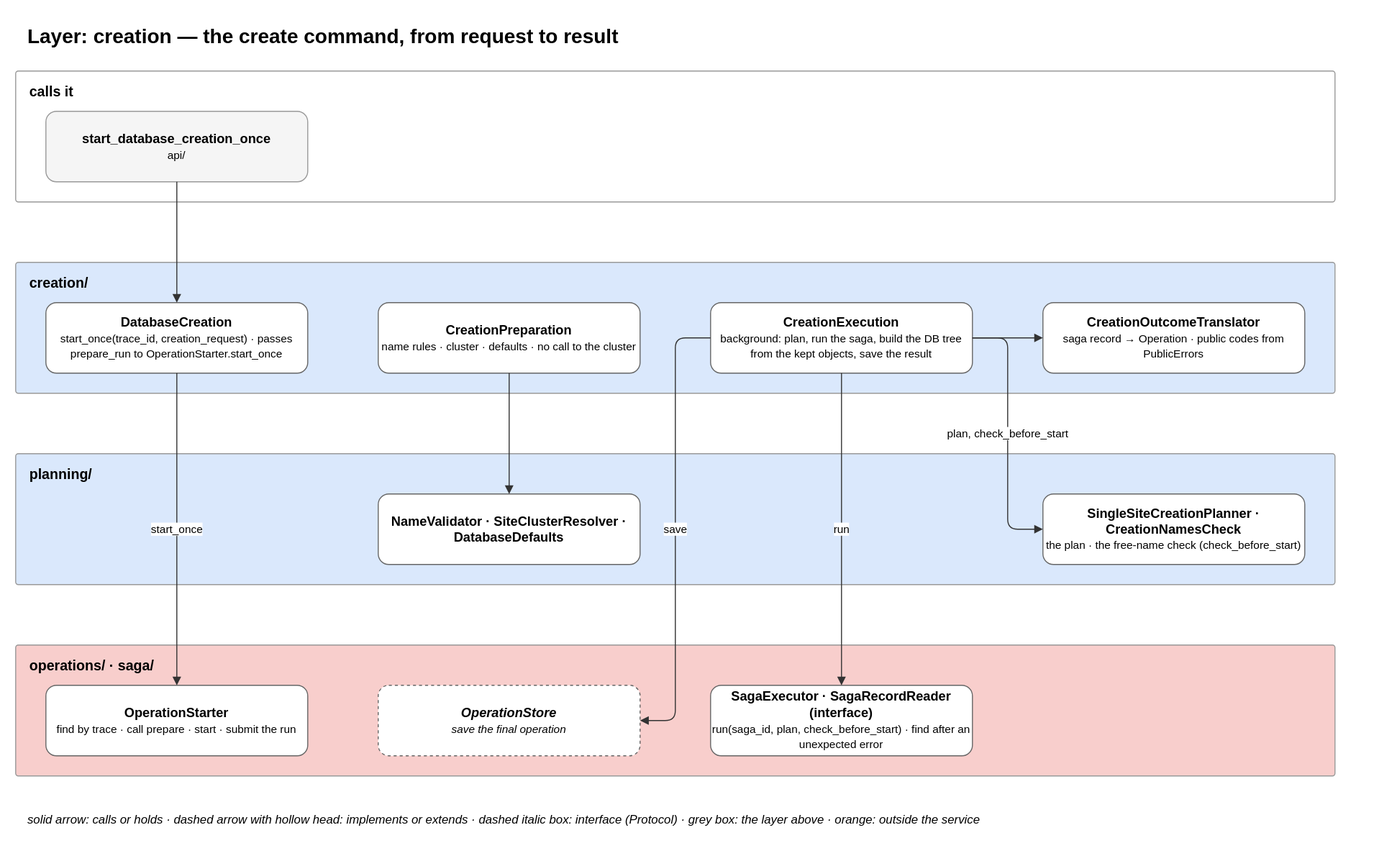
This is docs/diagrams/04-layer-creation.drawio.svg from EliShteinman/redis-enterprise-services, a draw.io export, as it was before one commit. Source tidied: cells renumbered, new cells last; positions are measured from the earlier drawing's top-left corner, leaving out a move shared by most shapes.
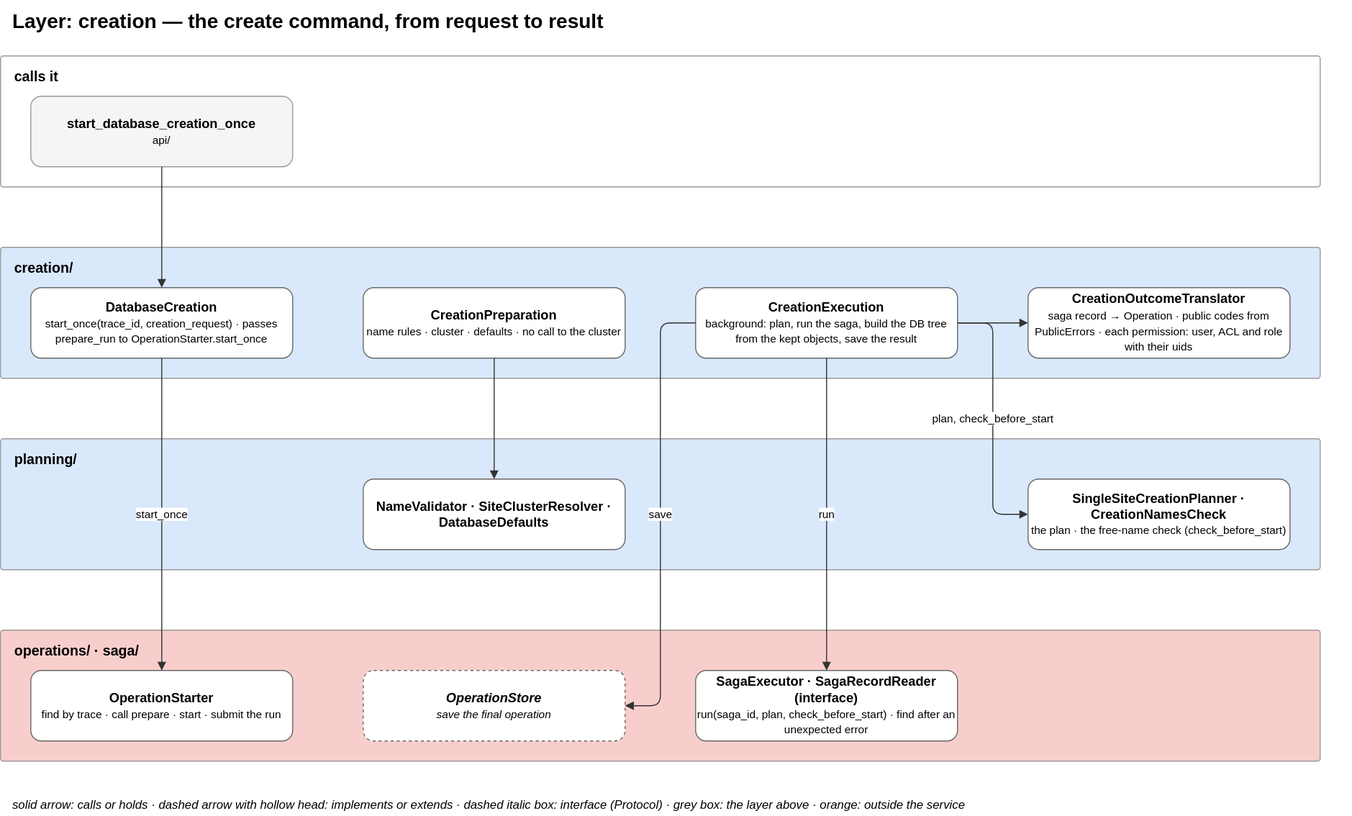
Later version of the same file.

Commit message:
docs(diagrams): StatusPolling, user_resources, lock_keys, ensure_matches and the role in the permission

The edit, as a diff of the source:
```diff
@@ -23,7 +23,7 @@
     <mxCell id="8" value="&lt;b&gt;CreationExecution&lt;/b&gt;&lt;br&gt;&lt;font style='font-size:11px'&gt;background: plan, run the saga, build the DB tree from the kept objects, save the result&lt;/font&gt;" style="rounded=1;whiteSpace=wrap;html=1;fillColor=#ffffff;strokeColor=#666666;fontSize=13;" parent="1" vertex="1">
       <mxGeometry x="690" y="285" width="260" height="70" as="geometry" />
     </mxCell>
-    <mxCell id="9" value="&lt;b&gt;CreationOutcomeTranslator&lt;/b&gt;&lt;br&gt;&lt;font style='font-size:11px'&gt;saga record → Operation · public codes from PublicErrors&lt;/font&gt;" style="rounded=1;whiteSpace=wrap;html=1;fillColor=#ffffff;strokeColor=#666666;fontSize=13;" parent="1" vertex="1">
+    <mxCell id="9" value="&lt;b&gt;CreationOutcomeTranslator&lt;/b&gt;&lt;br&gt;&lt;font style='font-size:11px'&gt;saga record → Operation · public codes from PublicErrors · each permission: user, ACL and role with their uids&lt;/font&gt;" style="rounded=1;whiteSpace=wrap;html=1;fillColor=#ffffff;strokeColor=#666666;fontSize=13;" parent="1" vertex="1">
       <mxGeometry x="1020" y="285" width="260" height="70" as="geometry" />
     </mxCell>
     <mxCell id="10" value="&lt;b&gt;planning/&lt;/b&gt;" style="rounded=1;arcSize=2;fillColor=#dae8fc;strokeColor=#999999;verticalAlign=top;align=left;spacingLeft=12;spacingTop=6;html=1;fontSize=14;" parent="1" vertex="1">
```
